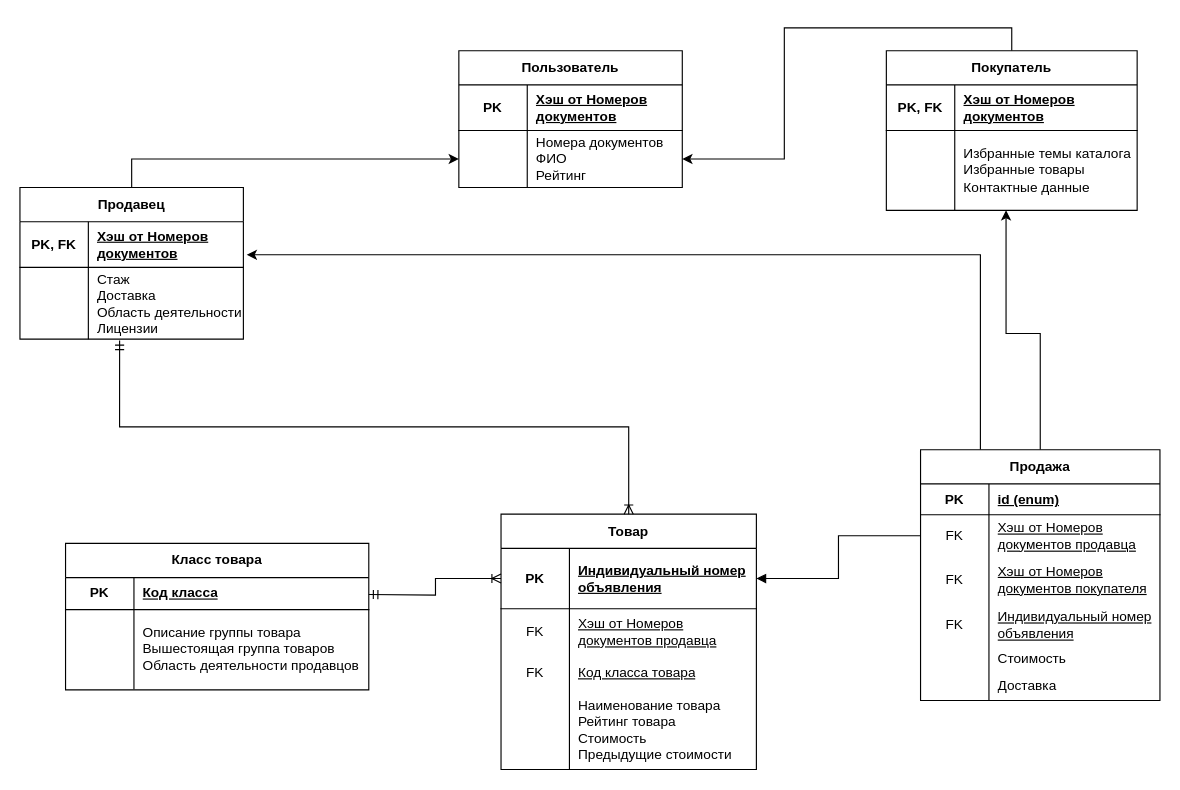
Earlier version of the draw.io diagram page "Страница — 2" (2 of 3) of Диаграмма без названия.drawio (Djuckman/Compilers2). Source tidied: cells renumbered, new cells numbered last; positions are measured from the earlier drawing's top-left corner, leaving out a move shared by most shapes. Both pictures are drawn from the tidied source at 114%, with x=0, y=0 at pixel (19, 50).
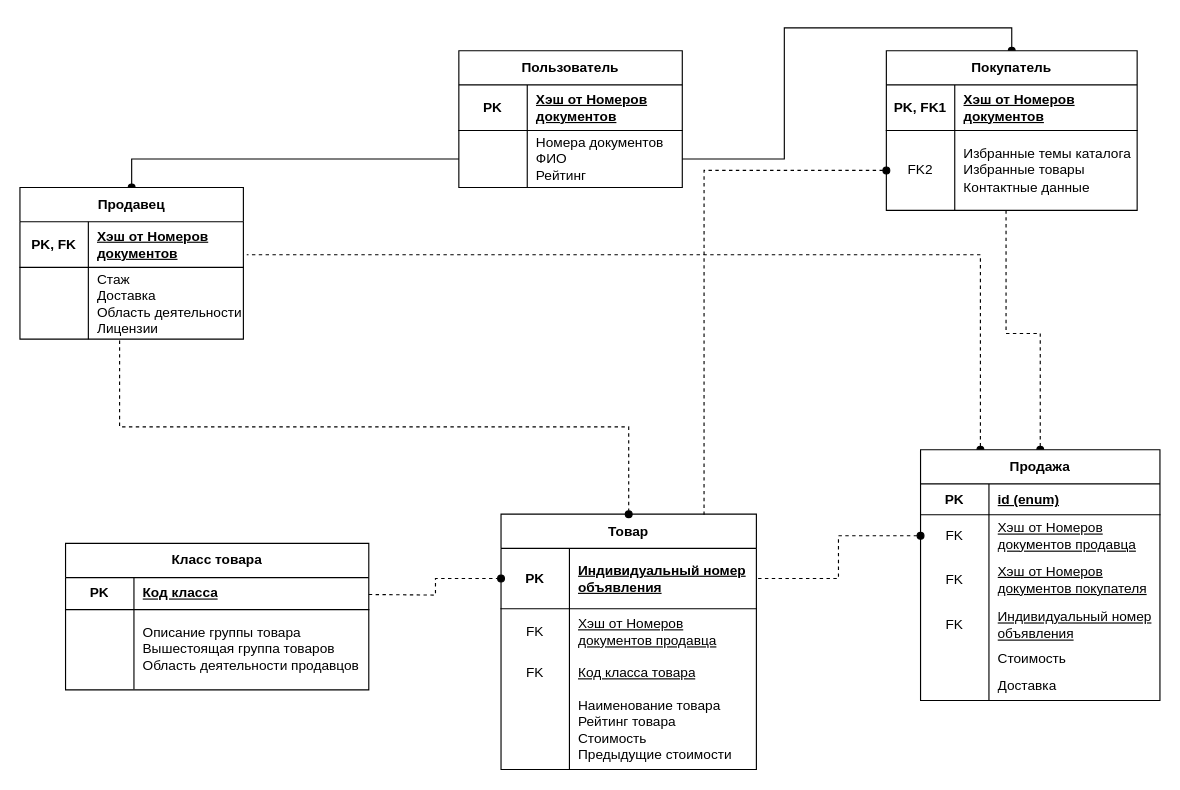
The same diagram, later.

Unchanged cells that the change refers to:
```xml
<mxCell id="6" style="shape=tableRow;horizontal=0;startSize=0;swimlaneHead=0;swimlaneBody=0;fillColor=none;points=[[0,0.5],[1,0.5]];portConstraint=eastwest;top=0;left=0;right=0;bottom=0;html=1;" parent="2" vertex="1">
  <mxGeometry y="70" width="196" height="50" as="geometry" />
</mxCell>
<mxCell id="14" value="Товар" style="shape=table;startSize=30;childLayout=tableLayout;rowLines=0;fontStyle=1;align=center;html=1;whiteSpace=wrap;" parent="1" vertex="1">
  <mxGeometry x="422" y="406.5" width="224" height="224" as="geometry" />
</mxCell>
<mxCell id="15" style="shape=tableRow;horizontal=0;startSize=0;swimlaneHead=0;swimlaneBody=0;fillColor=none;points=[[0,0.5],[1,0.5]];portConstraint=eastwest;top=0;left=0;right=0;bottom=1;html=1;" parent="14" vertex="1">
  <mxGeometry y="30" width="224" height="53" as="geometry" />
</mxCell>
<mxCell id="37" value="Продавец" style="shape=table;startSize=30;childLayout=tableLayout;rowLines=0;fontStyle=1;align=center;html=1;whiteSpace=wrap;" parent="1" vertex="1">
  <mxGeometry y="120" width="196" height="133" as="geometry" />
</mxCell>
<mxCell id="38" style="shape=tableRow;horizontal=0;startSize=0;swimlaneHead=0;swimlaneBody=0;fillColor=none;points=[[0,0.5],[1,0.5]];portConstraint=eastwest;top=0;left=0;right=0;bottom=1;html=1;" parent="37" vertex="1">
  <mxGeometry y="30" width="196" height="40" as="geometry" />
</mxCell>
<mxCell id="41" style="shape=tableRow;horizontal=0;startSize=0;swimlaneHead=0;swimlaneBody=0;fillColor=none;points=[[0,0.5],[1,0.5]];portConstraint=eastwest;top=0;left=0;right=0;bottom=0;html=1;" parent="37" vertex="1">
  <mxGeometry y="70" width="196" height="63" as="geometry" />
</mxCell>
<mxCell id="44" value="Покупатель" style="shape=table;startSize=30;childLayout=tableLayout;rowLines=0;fontStyle=1;align=center;html=1;whiteSpace=wrap;" parent="1" vertex="1">
  <mxGeometry x="760" width="220" height="140" as="geometry" />
</mxCell>
<mxCell id="45" style="shape=tableRow;horizontal=0;startSize=0;swimlaneHead=0;swimlaneBody=0;fillColor=none;top=0;left=0;right=0;bottom=1;html=1;" parent="44" vertex="1">
  <mxGeometry y="30" width="220" height="40" as="geometry" />
</mxCell>
<mxCell id="48" style="shape=tableRow;horizontal=0;startSize=0;swimlaneHead=0;swimlaneBody=0;fillColor=none;points=[[0,0.5],[1,0.5]];portConstraint=eastwest;top=0;left=0;right=0;bottom=0;html=1;" parent="44" vertex="1">
  <mxGeometry y="70" width="220" height="70" as="geometry" />
</mxCell>
<mxCell id="53" value="Продажа" style="shape=table;startSize=30;childLayout=tableLayout;rowLines=0;fontStyle=1;align=center;html=1;whiteSpace=wrap;" parent="1" vertex="1">
  <mxGeometry x="790" y="350" width="210" height="220" as="geometry" />
</mxCell>
<mxCell id="57" style="shape=tableRow;horizontal=0;startSize=0;swimlaneHead=0;swimlaneBody=0;fillColor=none;points=[[0,0.5],[1,0.5]];portConstraint=eastwest;top=0;left=0;right=0;bottom=0;html=1;" parent="53" vertex="1">
  <mxGeometry y="57" width="210" height="37" as="geometry" />
</mxCell>
```

The edit, as a diff of the source:
```diff
@@
-    <mxCell id="9" style="edgeStyle=orthogonalEdgeStyle;rounded=0;jettySize=auto;html=1;exitX=0.5;exitY=0;exitDx=0;exitDy=0;" parent="1" edge="1" source="44" target="6">
+    <mxCell id="9" style="edgeStyle=orthogonalEdgeStyle;rounded=0;jettySize=auto;html=1;exitX=0.5;exitY=0;exitDx=0;exitDy=0;endArrow=none;endFill=0;startArrow=oval;startFill=1;" parent="1" edge="1" source="44" target="6">
       <mxGeometry relative="1" as="geometry" />
     </mxCell>
@@
-    <mxCell id="12" style="edgeStyle=orthogonalEdgeStyle;rounded=0;jettySize=auto;html=1;entryX=0;entryY=0.5;entryDx=0;entryDy=0;exitX=0.5;exitY=0;exitDx=0;exitDy=0;" parent="1" edge="1" source="37" target="6">
+    <mxCell id="12" style="edgeStyle=orthogonalEdgeStyle;rounded=0;jettySize=auto;html=1;entryX=0;entryY=0.5;entryDx=0;entryDy=0;exitX=0.5;exitY=0;exitDx=0;exitDy=0;endArrow=none;endFill=0;startArrow=oval;startFill=1;" parent="1" edge="1" source="37" target="6">
       <mxGeometry relative="1" as="geometry" />
     </mxCell>
@@
-    <mxCell id="34" style="edgeStyle=orthogonalEdgeStyle;rounded=0;jettySize=auto;html=1;entryX=0;entryY=0.5;entryDx=0;entryDy=0;endArrow=ERoneToMany;endFill=0;startArrow=ERmandOne;startFill=0;" parent="1" edge="1" target="15">
+    <mxCell id="34" style="edgeStyle=orthogonalEdgeStyle;rounded=0;jettySize=auto;html=1;entryX=0;entryY=0.5;entryDx=0;entryDy=0;endArrow=oval;endFill=1;startArrow=none;startFill=0;dashed=1;" parent="1" edge="1" target="15">
       <mxGeometry relative="1" as="geometry">
         <mxPoint x="306" y="477" as="sourcePoint" />
       </mxGeometry>
     </mxCell>
-    <mxCell id="35" style="edgeStyle=orthogonalEdgeStyle;rounded=0;jettySize=auto;html=1;entryX=0.5;entryY=0;entryDx=0;entryDy=0;endArrow=ERoneToMany;endFill=0;startArrow=ERmandOne;startFill=0;exitX=0.446;exitY=1.019;exitDx=0;exitDy=0;exitPerimeter=0;" parent="1" edge="1" source="41" target="14">
+    <mxCell id="35" style="edgeStyle=orthogonalEdgeStyle;rounded=0;jettySize=auto;html=1;entryX=0.5;entryY=0;entryDx=0;entryDy=0;endArrow=oval;endFill=1;startArrow=none;startFill=0;exitX=0.446;exitY=1.019;exitDx=0;exitDy=0;exitPerimeter=0;dashed=1;" parent="1" edge="1" source="41" target="14">
       <mxGeometry relative="1" as="geometry">
         <Array as="points">
           <mxPoint x="87" y="330" />
           <mxPoint x="534" y="330" />
         </Array>
       </mxGeometry>
     </mxCell>
-    <mxCell id="36" style="edgeStyle=orthogonalEdgeStyle;rounded=0;jettySize=auto;html=1;exitX=0;exitY=0.5;exitDx=0;exitDy=0;entryX=1;entryY=0.5;entryDx=0;entryDy=0;startArrow=none;startFill=0;endArrow=block;endFill=1;" parent="1" edge="1" source="57" target="15">
+    <mxCell id="36" style="edgeStyle=orthogonalEdgeStyle;rounded=0;jettySize=auto;html=1;exitX=0;exitY=0.5;exitDx=0;exitDy=0;entryX=1;entryY=0.5;entryDx=0;entryDy=0;startArrow=oval;startFill=1;endArrow=none;endFill=0;dashed=1;" parent="1" edge="1" source="57" target="15">
       <mxGeometry relative="1" as="geometry" />
     </mxCell>
@@
-    <mxCell id="46" value="PK, FK" style="shape=partialRectangle;fillColor=none;top=0;left=0;bottom=0;right=0;fontStyle=1;overflow=hidden;html=1;whiteSpace=wrap;" parent="45" vertex="1">
+    <mxCell id="46" value="PK, FK1" style="shape=partialRectangle;fillColor=none;top=0;left=0;bottom=0;right=0;fontStyle=1;overflow=hidden;html=1;whiteSpace=wrap;" parent="45" vertex="1">
       <mxGeometry width="60" height="40" as="geometry" />
     </mxCell>
@@
-    <mxCell id="49" style="shape=partialRectangle;fillColor=none;top=0;left=0;bottom=0;right=0;overflow=hidden;html=1;whiteSpace=wrap;" parent="48" vertex="1">
+    <mxCell id="49" value="FK2" style="shape=partialRectangle;fillColor=none;top=0;left=0;bottom=0;right=0;overflow=hidden;html=1;whiteSpace=wrap;" parent="48" vertex="1">
       <mxGeometry width="60" height="70" as="geometry" />
     </mxCell>
@@
-    <mxCell id="51" style="edgeStyle=orthogonalEdgeStyle;rounded=0;jettySize=auto;html=1;exitX=0.5;exitY=0;exitDx=0;exitDy=0;" parent="1" edge="1" source="53" target="48">
+    <mxCell id="51" style="edgeStyle=orthogonalEdgeStyle;rounded=0;jettySize=auto;html=1;exitX=0.5;exitY=0;exitDx=0;exitDy=0;endArrow=none;endFill=0;startArrow=oval;startFill=1;dashed=1;" parent="1" edge="1" source="53" target="48">
       <mxGeometry relative="1" as="geometry">
         <Array as="points">
           <mxPoint x="895" y="248" />
           <mxPoint x="865" y="248" />
         </Array>
       </mxGeometry>
     </mxCell>
-    <mxCell id="52" style="edgeStyle=orthogonalEdgeStyle;rounded=0;jettySize=auto;html=1;exitX=0.25;exitY=0;exitDx=0;exitDy=0;entryX=1.015;entryY=0.725;entryDx=0;entryDy=0;entryPerimeter=0;" parent="1" edge="1" source="53" target="38">
+    <mxCell id="52" style="edgeStyle=orthogonalEdgeStyle;rounded=0;jettySize=auto;html=1;exitX=0.25;exitY=0;exitDx=0;exitDy=0;entryX=1.015;entryY=0.725;entryDx=0;entryDy=0;entryPerimeter=0;startArrow=oval;startFill=1;endArrow=none;endFill=0;dashed=1;" parent="1" edge="1" source="53" target="38">
       <mxGeometry relative="1" as="geometry" />
     </mxCell>
@@
+    <mxCell id="72" style="edgeStyle=orthogonalEdgeStyle;rounded=0;jettySize=auto;html=1;exitX=0;exitY=0.5;exitDx=0;exitDy=0;entryX=0.795;entryY=0.016;entryDx=0;entryDy=0;entryPerimeter=0;endArrow=none;endFill=0;startArrow=oval;startFill=1;dashed=1;" parent="1" edge="1" source="48" target="14">
+      <mxGeometry relative="1" as="geometry" />
+    </mxCell>
```
